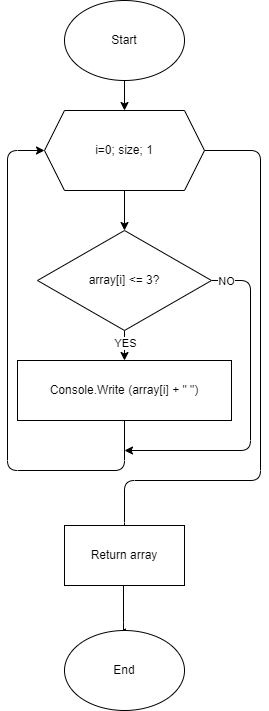
Before: 2.MainMethodSortReturn.drawio.png, a diagram exported from draw.io (wdlts/EXAMINATION_CSHARP). Source tidied: cells renumbered, new cells last; positions are measured from the earlier drawing's top-left corner, leaving out a move shared by most shapes.
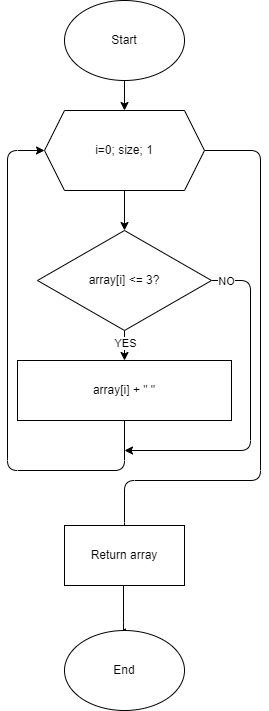
After the commit.

The edit, as a diff of the source:
```diff
@@ -56,7 +56,7 @@
         </Array>
       </mxGeometry>
     </mxCell>
-    <mxCell id="12" value="Console.Write (array[i] + &quot; &quot;)" style="rounded=0;whiteSpace=wrap;html=1;" parent="1" vertex="1">
+    <mxCell id="12" value="array[i] + &quot; &quot;" style="rounded=0;whiteSpace=wrap;html=1;" parent="1" vertex="1">
       <mxGeometry x="10" y="360" width="214" height="60" as="geometry" />
     </mxCell>
     <mxCell id="13" value="&lt;span&gt;Start&lt;/span&gt;" style="ellipse;whiteSpace=wrap;html=1;" parent="1" vertex="1">
```
